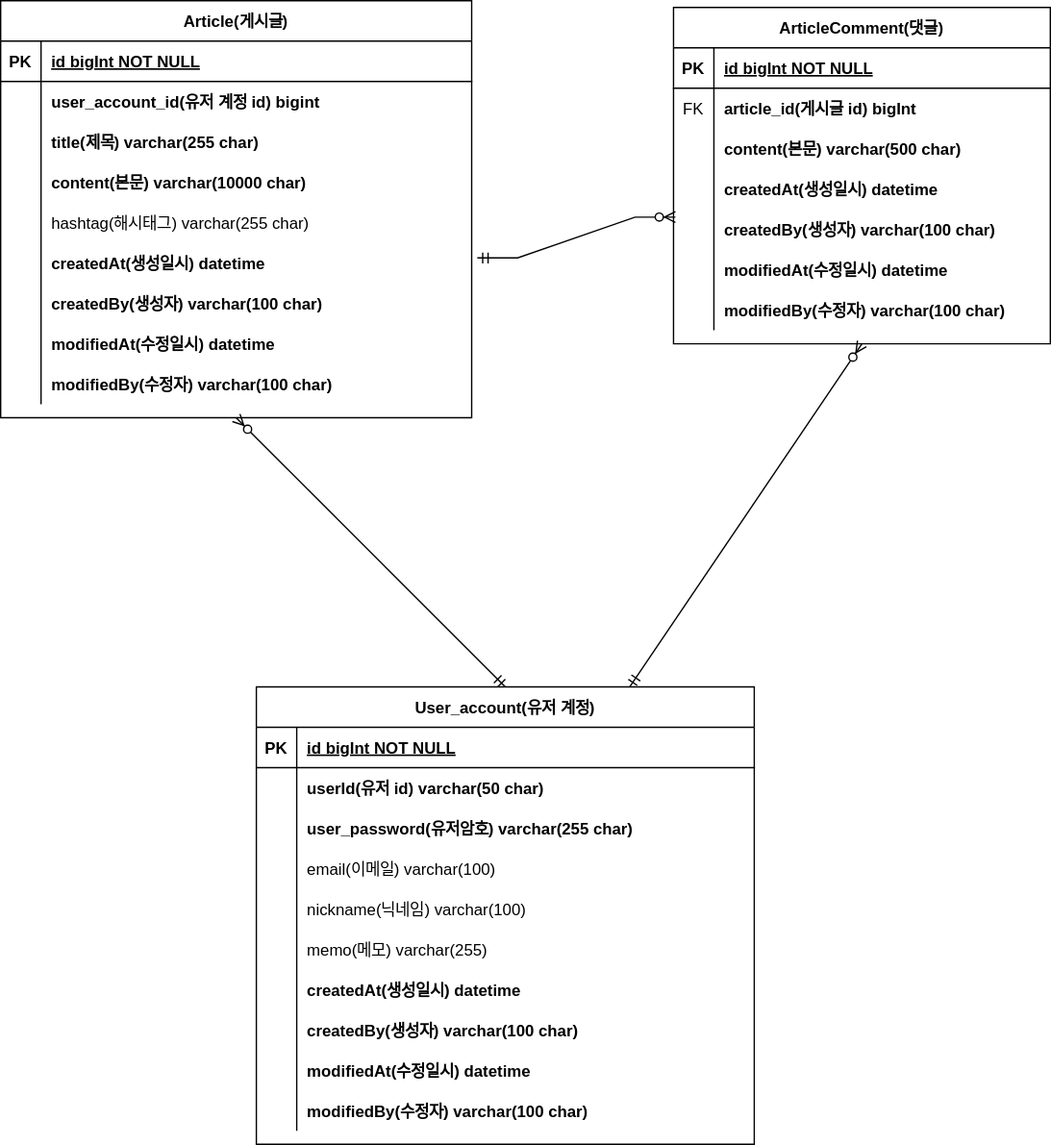
This is document/project-board-erd.svg from SeungHeeNoh/fastcampus-project-board, a draw.io export, as it was before one commit. Source tidied: cells renumbered, new cells last; positions are measured from the earlier drawing's top-left corner, leaving out a move shared by most shapes.
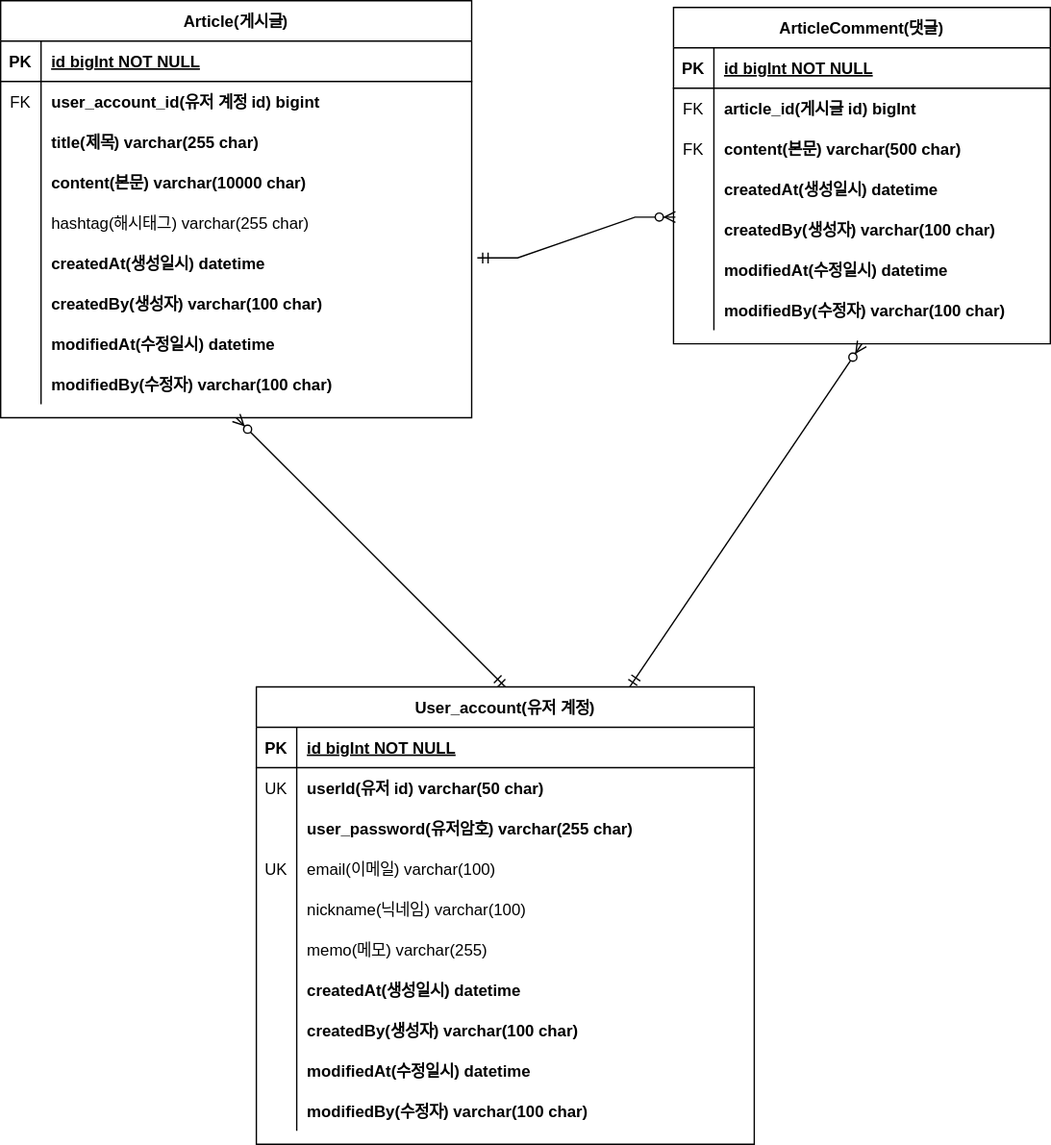
After the commit.

The edit, as a diff of the source:
```diff
@@ -26,7 +26,7 @@
     <mxCell id="9" style="shape=partialRectangle;fillColor=none;top=0;left=0;right=0;bottom=0;" parent="2" vertex="1">
       <mxGeometry y="90" width="280" height="30" as="geometry" />
     </mxCell>
-    <mxCell id="10" style="shape=partialRectangle;overflow=hidden;fillColor=none;top=0;left=0;bottom=0;right=0;" parent="9" vertex="1">
+    <mxCell id="10" value="FK" style="shape=partialRectangle;overflow=hidden;fillColor=none;top=0;left=0;bottom=0;right=0;" parent="9" vertex="1">
       <mxGeometry width="30" height="30" as="geometry" />
     </mxCell>
     <mxCell id="11" value="content(본문) varchar(500 char)" style="shape=partialRectangle;overflow=hidden;fillColor=none;top=0;left=0;bottom=0;right=0;align=left;spacingLeft=6;fontStyle=1;" parent="9" vertex="1">
@@ -83,7 +83,7 @@
     <mxCell id="28" style="shape=partialRectangle;fillColor=none;top=0;left=0;right=0;bottom=0;" parent="24" vertex="1">
       <mxGeometry y="60" width="350" height="30" as="geometry" />
     </mxCell>
-    <mxCell id="29" style="shape=partialRectangle;overflow=hidden;fillColor=none;top=0;left=0;bottom=0;right=0;" parent="28" vertex="1">
+    <mxCell id="29" value="FK" style="shape=partialRectangle;overflow=hidden;fillColor=none;top=0;left=0;bottom=0;right=0;" parent="28" vertex="1">
       <mxGeometry width="30" height="30" as="geometry" />
     </mxCell>
     <mxCell id="30" value="user_account_id(유저 계정 id) bigint" style="shape=partialRectangle;overflow=hidden;fillColor=none;top=0;left=0;bottom=0;right=0;align=left;spacingLeft=6;fontStyle=1;" parent="28" vertex="1">
@@ -170,7 +170,7 @@
     <mxCell id="57" style="shape=partialRectangle;fillColor=none;top=0;left=0;right=0;bottom=0;" parent="53" vertex="1">
       <mxGeometry y="60" width="370" height="30" as="geometry" />
     </mxCell>
-    <mxCell id="58" style="shape=partialRectangle;overflow=hidden;fillColor=none;top=0;left=0;bottom=0;right=0;" parent="57" vertex="1">
+    <mxCell id="58" value="UK" style="shape=partialRectangle;overflow=hidden;fillColor=none;top=0;left=0;bottom=0;right=0;" parent="57" vertex="1">
       <mxGeometry width="30" height="30" as="geometry" />
     </mxCell>
     <mxCell id="59" value="userId(유저 id) varchar(50 char)" style="shape=partialRectangle;overflow=hidden;fillColor=none;top=0;left=0;bottom=0;right=0;align=left;spacingLeft=6;fontStyle=1;" parent="57" vertex="1">
@@ -188,7 +188,7 @@
     <mxCell id="63" style="shape=partialRectangle;fillColor=none;top=0;left=0;right=0;bottom=0;" parent="53" vertex="1">
       <mxGeometry y="120" width="370" height="30" as="geometry" />
     </mxCell>
-    <mxCell id="64" style="shape=partialRectangle;overflow=hidden;fillColor=none;top=0;left=0;bottom=0;right=0;" parent="63" vertex="1">
+    <mxCell id="64" value="UK" style="shape=partialRectangle;overflow=hidden;fillColor=none;top=0;left=0;bottom=0;right=0;" parent="63" vertex="1">
       <mxGeometry width="30" height="30" as="geometry" />
     </mxCell>
     <mxCell id="65" value="email(이메일) varchar(100)" style="shape=partialRectangle;overflow=hidden;fillColor=none;top=0;left=0;bottom=0;right=0;align=left;spacingLeft=6;" parent="63" vertex="1">
```
